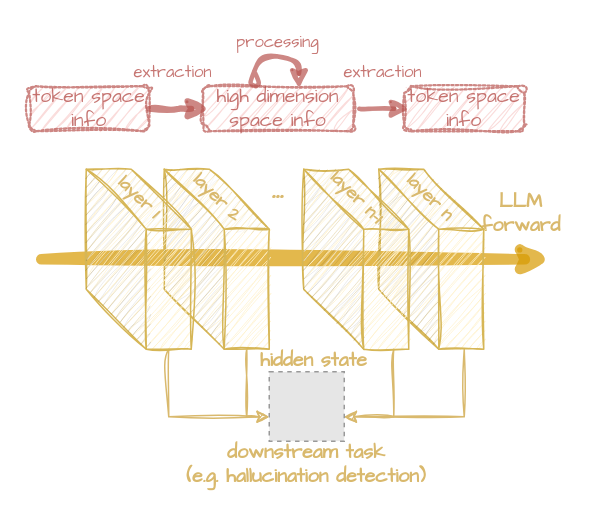
Before: L-RAG/model_reasoning.drawio in Olive-2019/drawio-source, a draw.io diagram. Source tidied: cells renumbered, new cells numbered last; positions are measured from the earlier drawing's top-left corner, leaving out a move shared by most shapes. Both pictures are drawn from the tidied source at 150%, with x=0, y=0 at pixel (28, 26). Pictures stored in the file or linked from it are replaced by grey dashed boxes.
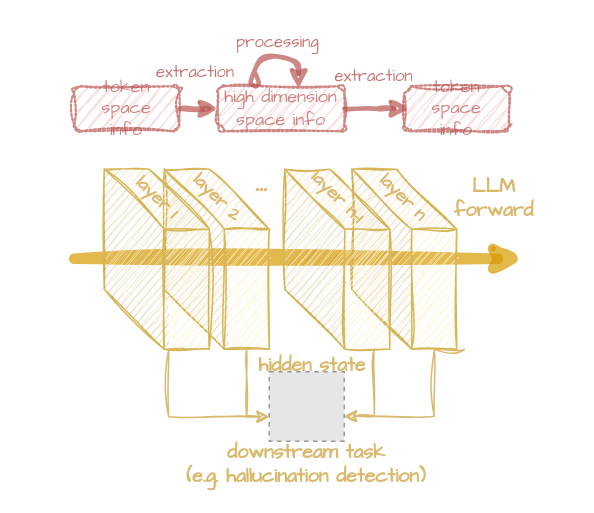
The same diagram, later.

The change refers to these unchanged cells:
```xml
<mxCell id="3" style="fillColor=#E6E6E6;strokeColor=#999999;dashed=1;verticalLabelPosition=bottom;labelBackgroundColor=default;verticalAlign=top;" parent="1" vertex="1">
  <mxGeometry x="160" y="230.4" width="50" height="46.2" as="geometry" />
</mxCell>
<mxCell id="16" style="shape=cube;whiteSpace=wrap;html=1;boundedLbl=1;backgroundOutline=1;darkOpacity=0.05;darkOpacity2=0.1;size=40;flipV=0;flipH=0;sketch=1;curveFitting=1;jiggle=2;fillColor=#fff2cc;strokeColor=#d6b656;" parent="15" vertex="1">
  <mxGeometry x="0.4" y="15.4" width="70" height="120" as="geometry" />
</mxCell>
```

What changed in the source:
```diff
@@
     <mxCell id="2" style="endArrow=classic;html=1;rounded=0;strokeWidth=7;fillColor=#ffe6cc;strokeColor=#d79b00;sketch=1;curveFitting=1;jiggle=2;opacity=70;fontColor=light-dark(#d9b96d, #ededed);textShadow=1;" parent="1" edge="1">
       <mxGeometry relative="1" as="geometry">
-        <mxPoint x="8" y="155.4" as="sourcePoint" />
-        <mxPoint x="348" y="155.4" as="targetPoint" />
+        <mxPoint x="30" y="155" as="sourcePoint" />
+        <mxPoint x="330" y="155" as="targetPoint" />
       </mxGeometry>
     </mxCell>
@@
-    <mxCell id="6" value="..." style="text;html=1;align=center;verticalAlign=middle;whiteSpace=wrap;rounded=0;fontFamily=Comic Sans MS;strokeWidth=1;fontSize=19;fontStyle=1;fontColor=#D9B96D;" parent="1" vertex="1">
-      <mxGeometry x="151" y="100.4" width="30" height="20" as="geometry" />
-    </mxCell>
     <mxCell id="7" value="LLM&lt;div&gt;forward&lt;/div&gt;" style="text;html=1;align=center;verticalAlign=middle;whiteSpace=wrap;rounded=0;fontFamily=Comic Sans MS;fontSize=13;fontColor=#D9B96D;fontStyle=1;" parent="1" vertex="1">
-      <mxGeometry x="298" y="110" width="60" height="30" as="geometry" />
+      <mxGeometry x="280" y="100" width="60" height="30" as="geometry" />
     </mxCell>
     <mxCell id="8" style="edgeStyle=orthogonalEdgeStyle;rounded=0;jettySize=auto;html=1;sketch=1;jiggle=2;curveFitting=1;strokeColor=#D9B96D;align=center;verticalAlign=middle;fontFamily=Helvetica;fontSize=11;fontColor=default;labelBackgroundColor=default;endArrow=classic;fillColor=#ffe6cc;" parent="1" edge="1" source="16" target="3">
       <mxGeometry relative="1" as="geometry">
         <Array as="points">
-          <mxPoint x="243" y="260.4" />
+          <mxPoint x="230" y="260" />
         </Array>
       </mxGeometry>
     </mxCell>
@@
     <mxCell id="10" value="hidden state" style="text;html=1;align=center;verticalAlign=middle;whiteSpace=wrap;rounded=0;fontFamily=Comic Sans MS;fontSize=13;fontColor=#D9B96D;fontStyle=1;" parent="1" vertex="1">
-      <mxGeometry x="146" y="208.4" width="88" height="30" as="geometry" />
+      <mxGeometry x="145" y="211.4" width="88" height="30" as="geometry" />
     </mxCell>
     <mxCell id="11" style="edgeStyle=orthogonalEdgeStyle;rounded=0;jettySize=auto;html=1;sketch=1;curveFitting=1;jiggle=2;fillColor=#ffe6cc;strokeColor=#D9B96D;exitX=0;exitY=0;exitDx=55;exitDy=120;exitPerimeter=0;" parent="1" edge="1" target="3">
       <mxGeometry relative="1" as="geometry">
         <mxPoint x="290" y="215.4" as="sourcePoint" />
         <Array as="points">
-          <mxPoint x="290" y="260.4" />
+          <mxPoint x="270" y="215" />
+          <mxPoint x="270" y="260" />
         </Array>
       </mxGeometry>
     </mxCell>
     <mxCell id="12" style="group;" parent="1" vertex="1">
-      <mxGeometry x="228" y="83.5" width="70" height="131.8" as="geometry" />
+      <mxGeometry x="210" y="83.5" width="70" height="131.8" as="geometry" />
     </mxCell>
@@
     <mxCell id="15" style="group;" parent="1" vertex="1">
-      <mxGeometry x="182.6" y="80" width="70.7" height="135.4" as="geometry" />
+      <mxGeometry x="170" y="80" width="70.7" height="135.4" as="geometry" />
     </mxCell>
@@
     <mxCell id="18" style="group;" parent="1" vertex="1">
-      <mxGeometry x="90" y="83.5" width="70" height="131.8" as="geometry" />
+      <mxGeometry x="90" y="83.5" width="80" height="131.8" as="geometry" />
     </mxCell>
@@
+    <mxCell id="6" value="..." style="text;html=1;align=center;verticalAlign=middle;whiteSpace=wrap;rounded=0;fontFamily=Comic Sans MS;strokeWidth=1;fontSize=19;fontStyle=1;fontColor=#D9B96D;" parent="18" vertex="1">
+      <mxGeometry x="50" y="11.8" width="30" height="20" as="geometry" />
+    </mxCell>
     <mxCell id="21" style="group;" parent="1" vertex="1">
-      <mxGeometry x="38" y="83.5" width="70" height="131.8" as="geometry" />
+      <mxGeometry x="50" y="83.5" width="70" height="131.8" as="geometry" />
     </mxCell>
@@
-    <mxCell id="24" style="edgeStyle=orthogonalEdgeStyle;rounded=0;jettySize=auto;html=1;entryX=0;entryY=0.5;entryDx=0;entryDy=0;sketch=1;curveFitting=1;jiggle=2;fillColor=#ffe6cc;strokeColor=#B85450;strokeWidth=4;opacity=70;" parent="1" edge="1" source="25">
-      <mxGeometry relative="1" as="geometry">
-        <mxPoint x="120" y="55" as="targetPoint" />
-      </mxGeometry>
+    <mxCell id="24" style="edgeStyle=orthogonalEdgeStyle;rounded=0;jettySize=auto;html=1;sketch=1;curveFitting=1;jiggle=2;fillColor=#ffe6cc;strokeColor=#B85450;strokeWidth=3;opacity=70;" parent="1" edge="1" source="25" target="28">
+      <mxGeometry relative="1" as="geometry" />
     </mxCell>
-    <mxCell id="25" value="token space&lt;div&gt;info&lt;/div&gt;" style="text;html=1;align=center;verticalAlign=middle;whiteSpace=wrap;rounded=1;fontFamily=Comic Sans MS;fontSize=13;fontStyle=0;strokeColor=#b85450;sketch=1;curveFitting=1;jiggle=2;opacity=70;fillColor=#f8cecc;fontColor=#B85450;textOpacity=80;strokeWidth=1.5;dashed=1;dashPattern=1 1;" parent="1" vertex="1">
-      <mxGeometry y="40" width="80" height="30" as="geometry" />
+    <mxCell id="25" value="token space&lt;div&gt;info&lt;/div&gt;" style="text;html=1;align=center;verticalAlign=middle;whiteSpace=wrap;rounded=1;fontFamily=Comic Sans MS;fontSize=12;fontStyle=0;strokeColor=#b85450;sketch=1;curveFitting=1;jiggle=2;opacity=70;fillColor=#f8cecc;fontColor=#B85450;textOpacity=70;strokeWidth=1.5;dashed=1;dashPattern=1 1;" parent="1" vertex="1">
+      <mxGeometry x="30" y="40" width="70" height="30" as="geometry" />
     </mxCell>
-    <mxCell id="26" style="edgeStyle=orthogonalEdgeStyle;rounded=0;orthogonalLoop=1;jettySize=auto;html=1;entryX=0;entryY=0.5;entryDx=0;entryDy=0;fillColor=#ffe6cc;strokeColor=#B85450;strokeWidth=3;sketch=1;curveFitting=1;jiggle=2;opacity=70;" parent="1" edge="1">
+    <mxCell id="26" style="edgeStyle=orthogonalEdgeStyle;rounded=0;jettySize=auto;html=1;entryX=0;entryY=0.5;entryDx=0;entryDy=0;fillColor=#ffe6cc;strokeColor=#B85450;strokeWidth=3;sketch=1;curveFitting=1;jiggle=2;opacity=70;exitX=1;exitY=0.5;exitDx=0;exitDy=0;" parent="1" edge="1" source="28">
       <mxGeometry relative="1" as="geometry">
-        <mxPoint x="220" y="55" as="sourcePoint" />
         <mxPoint x="253.4" y="55" as="targetPoint" />
       </mxGeometry>
     </mxCell>
     <mxCell id="27" value="extraction" style="text;html=1;align=center;verticalAlign=middle;whiteSpace=wrap;rounded=0;fontFamily=Comic Sans MS;fontSize=11;fontColor=#B85450;fontStyle=0;textOpacity=80;" parent="1" vertex="1">
-      <mxGeometry x="66" y="20" width="60" height="20" as="geometry" />
+      <mxGeometry x="81" y="20" width="60" height="20" as="geometry" />
     </mxCell>
-    <mxCell id="28" value="high dimension space info" style="text;html=1;align=center;verticalAlign=middle;whiteSpace=wrap;rounded=1;fontFamily=Comic Sans MS;fontSize=13;fontStyle=0;strokeColor=#b85450;sketch=1;curveFitting=1;jiggle=2;opacity=70;fillColor=#f8cecc;fontColor=#B85450;textOpacity=80;strokeWidth=1.5;dashed=1;dashPattern=1 1;" parent="1" vertex="1">
-      <mxGeometry x="116" y="40" width="100" height="30" as="geometry" />
+    <mxCell id="28" value="high dimension space info" style="text;html=1;align=center;verticalAlign=middle;whiteSpace=wrap;rounded=1;fontFamily=Comic Sans MS;fontSize=12;fontStyle=0;strokeColor=#b85450;sketch=1;curveFitting=1;jiggle=2;opacity=70;fillColor=#f8cecc;fontColor=#B85450;textOpacity=70;strokeWidth=1.5;dashed=1;dashPattern=1 1;" parent="1" vertex="1">
+      <mxGeometry x="126" y="40" width="84" height="30" as="geometry" />
     </mxCell>
-    <mxCell id="29" value="token space&lt;div&gt;info&lt;/div&gt;" style="text;html=1;align=center;verticalAlign=middle;whiteSpace=wrap;rounded=1;fontFamily=Comic Sans MS;fontSize=13;fontStyle=0;strokeColor=#b85450;sketch=1;curveFitting=1;jiggle=2;opacity=70;fillColor=#f8cecc;fontColor=#B85450;textOpacity=80;strokeWidth=1.5;dashed=1;dashPattern=1 1;" parent="1" vertex="1">
-      <mxGeometry x="250" y="40" width="80" height="30" as="geometry" />
+    <mxCell id="29" value="token space&lt;div&gt;info&lt;/div&gt;" style="text;html=1;align=center;verticalAlign=middle;whiteSpace=wrap;rounded=1;fontFamily=Comic Sans MS;fontSize=12;fontStyle=0;strokeColor=#b85450;sketch=1;curveFitting=1;jiggle=2;opacity=70;fillColor=#f8cecc;fontColor=#B85450;textOpacity=70;strokeWidth=1.5;dashed=1;dashPattern=1 1;" parent="1" vertex="1">
+      <mxGeometry x="250" y="40" width="70" height="30" as="geometry" />
     </mxCell>
     <mxCell id="30" value="extraction" style="text;html=1;align=center;verticalAlign=middle;whiteSpace=wrap;rounded=0;fontFamily=Comic Sans MS;fontSize=11;fontColor=#B85450;fontStyle=0;textOpacity=80;" parent="1" vertex="1">
-      <mxGeometry x="206" y="20" width="60" height="20" as="geometry" />
+      <mxGeometry x="200" y="23" width="60" height="20" as="geometry" />
     </mxCell>
```
